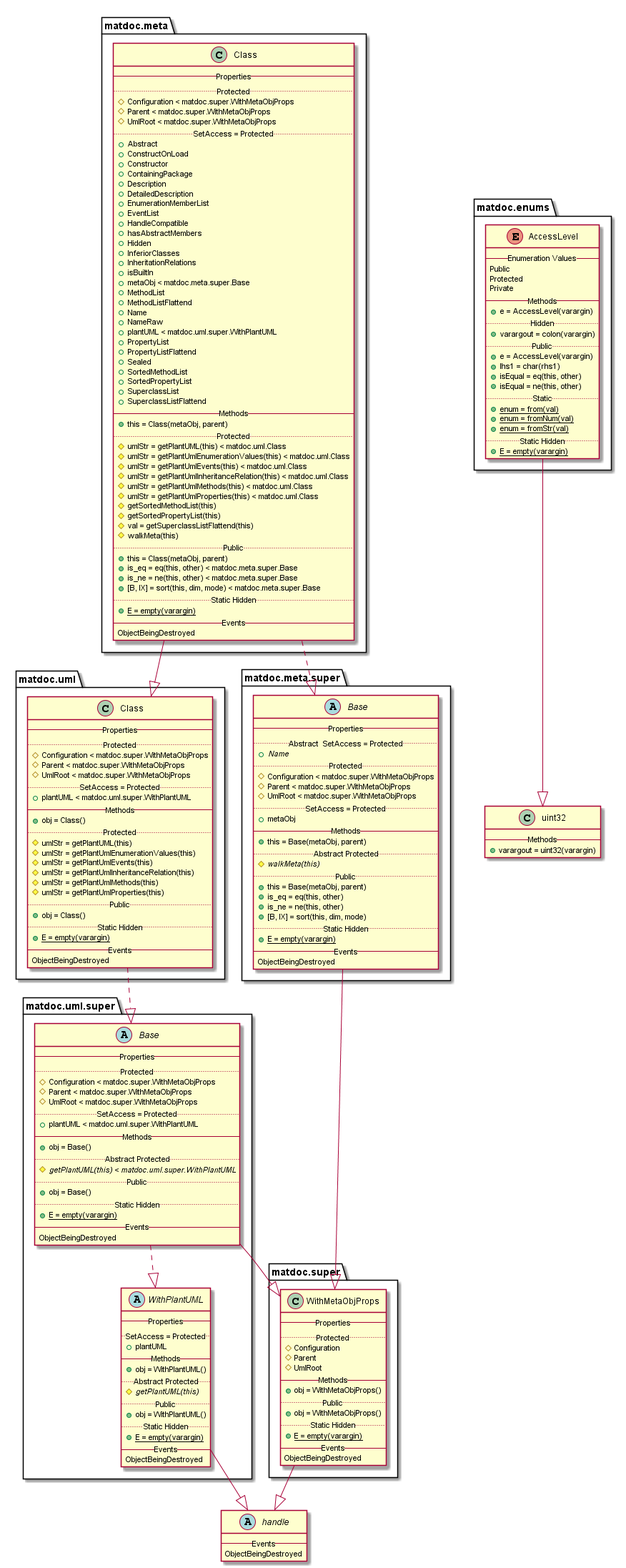
This is doc/uml-examples/export-class-IngoreBuiltInPropertyInheritance-false.png from flxdot/matdoc, a PlantUML export, as it was before one commit.
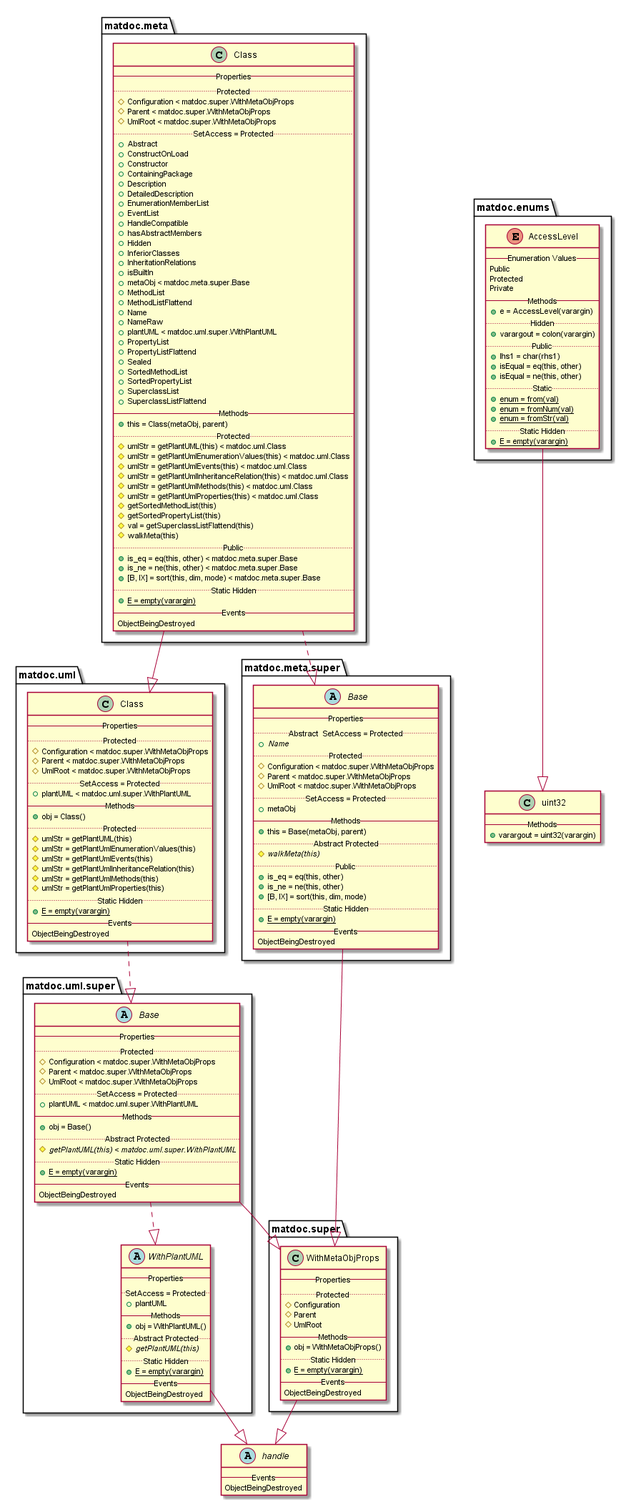
After the change.

What changed in the source:
```diff
@@ -16,7 +16,6 @@
    .. Hidden ..
    {method} + varargout = colon(varargin)
    .. Public ..
-   {method} + e = AccessLevel(varargin)
    {method} + lhs1 = char(rhs1)
    {method} + isEqual = eq(this, other)
    {method} + isEqual = ne(this, other)
@@ -78,7 +77,6 @@
    {method} # val = getSuperclassListFlattend(this)
    {method} # walkMeta(this)
    .. Public ..
-   {method} + this = Class(metaObj, parent)
    {method} + is_eq = eq(this, other) < matdoc.meta.super.Base
    {method} + is_ne = ne(this, other) < matdoc.meta.super.Base
    {method} + [B, IX] = sort(this, dim, mode) < matdoc.meta.super.Base
@@ -106,7 +104,6 @@
    .. Abstract Protected ..
    {method}{abstract} # walkMeta(this)
    .. Public ..
-   {method} + this = Base(metaObj, parent)
    {method} + is_eq = eq(this, other)
    {method} + is_ne = ne(this, other)
    {method} + [B, IX] = sort(this, dim, mode)
@@ -125,8 +122,6 @@
    {field} # Parent
    {field} # UmlRoot
    -- Methods --
-   {method} + obj = WithMetaObjProps()
-   .. Public ..
    {method} + obj = WithMetaObjProps()
    .. Static Hidden ..
    {method}{static} + E = empty(varargin)
@@ -153,8 +148,6 @@
    {method} # umlStr = getPlantUmlInheritanceRelation(this)
    {method} # umlStr = getPlantUmlMethods(this)
    {method} # umlStr = getPlantUmlProperties(this)
-   .. Public ..
-   {method} + obj = Class()
    .. Static Hidden ..
    {method}{static} + E = empty(varargin)
    -- Events --
@@ -175,8 +168,6 @@
    {method} + obj = Base()
    .. Abstract Protected ..
    {method}{abstract} # getPlantUML(this) < matdoc.uml.super.WithPlantUML
-   .. Public ..
-   {method} + obj = Base()
    .. Static Hidden ..
    {method}{static} + E = empty(varargin)
    -- Events --
@@ -194,8 +185,6 @@
    {method} + obj = WithPlantUML()
    .. Abstract Protected ..
    {method}{abstract} # getPlantUML(this)
-   .. Public ..
-   {method} + obj = WithPlantUML()
    .. Static Hidden ..
    {method}{static} + E = empty(varargin)
    -- Events --
```
